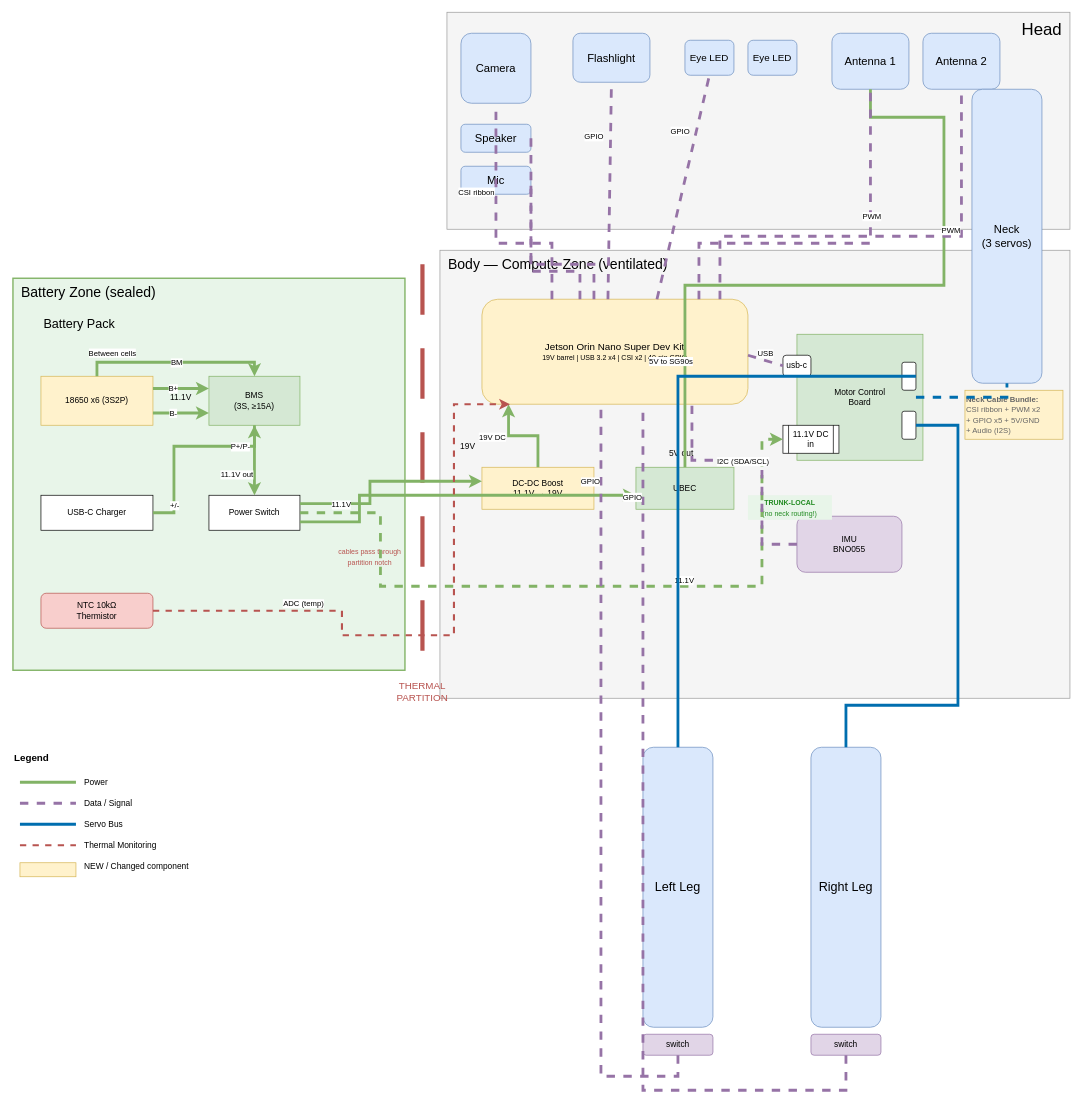
Earlier version of the draw.io diagram docs/jetson-mod/jetson_wiring_diagram.drawio (XiaohuiChen-personal/Open_Duck_Mini_Jetson). Source tidied: cells renumbered, new cells numbered last; positions are measured from the earlier drawing's top-left corner, leaving out a move shared by most shapes. Both pictures are drawn from the tidied source at 70%, with x=0, y=0 at pixel (13, 12).
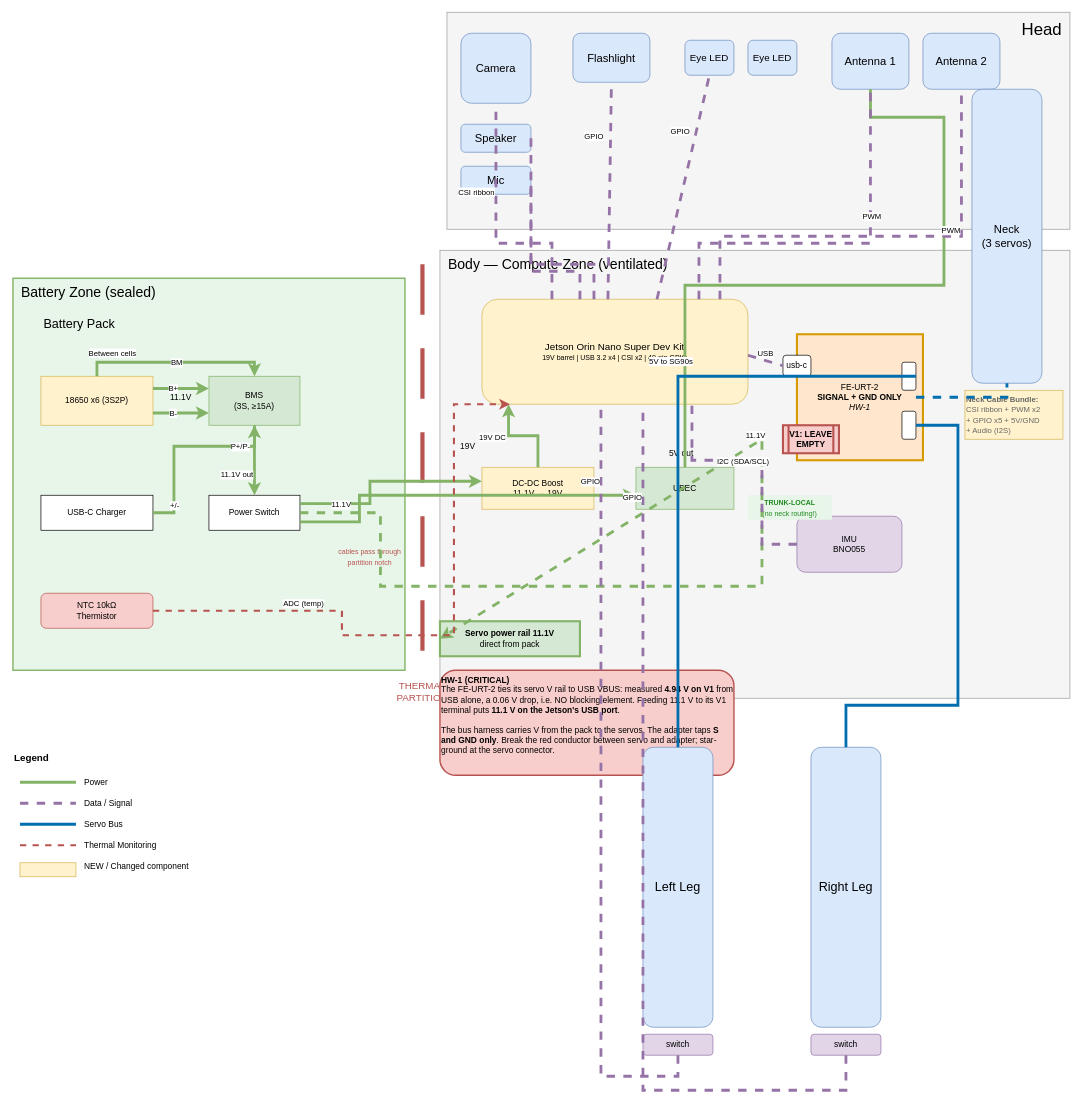
The same page after the edit.

Commit message (it also covers changes not shown here):
feat(S.8c): rewire the diagram for HW-1 — adapter gets signal + GND only

Change to the diagram source:
```diff
@@
-    <mxCell id="20" value="Motor Control&lt;br&gt;Board" style="whiteSpace=wrap;html=1;fillColor=#d5e8d4;strokeColor=#82b366;" parent="1" vertex="1">
+    <mxCell id="20" value="FE-URT-2&lt;br&gt;&lt;b&gt;SIGNAL + GND ONLY&lt;/b&gt;&lt;br&gt;&lt;i&gt;HW-1&lt;/i&gt;" style="whiteSpace=wrap;html=1;fillColor=#ffe6cc;strokeColor=#d79b00;strokeWidth=3;" parent="1" vertex="1">
       <mxGeometry x="1120" y="460" width="180" height="180" as="geometry" />
     </mxCell>
@@
-    <mxCell id="22" value="11.1V DC in" style="shape=process;whiteSpace=wrap;html=1;backgroundOutline=1;" parent="1" vertex="1">
+    <mxCell id="22" value="&lt;b&gt;V1: LEAVE EMPTY&lt;/b&gt;" style="shape=process;whiteSpace=wrap;html=1;backgroundOutline=1;fillColor=#f8cecc;strokeColor=#b85450;strokeWidth=3;" parent="1" vertex="1">
       <mxGeometry x="1100" y="590" width="80" height="40" as="geometry" />
     </mxCell>
+    <mxCell id="101" value="&lt;b&gt;Servo power rail 11.1V&lt;/b&gt;&lt;br&gt;direct from pack" style="rounded=0;whiteSpace=wrap;html=1;fillColor=#d5e8d4;strokeColor=#82b366;strokeWidth=3;" parent="1" vertex="1">
+      <mxGeometry x="610" y="870" width="200" height="50" as="geometry" />
+    </mxCell>
+    <mxCell id="102" value="&lt;b&gt;HW-1 (CRITICAL)&lt;/b&gt;&lt;br&gt;The FE-URT-2 ties its servo V rail to USB VBUS: measured &lt;b&gt;4.94 V on V1&lt;/b&gt; from USB alone, a 0.06 V drop, i.e. NO blocking element. Feeding 11.1 V to its V1 terminal puts &lt;b&gt;11.1 V on the Jetson's USB port&lt;/b&gt;.&lt;br&gt;&lt;br&gt;The bus harness carries V from the pack to the servos. The adapter taps &lt;b&gt;S and GND only&lt;/b&gt;. Break the red conductor between servo and adapter; star-ground at the servo connector." style="text;html=1;align=left;verticalAlign=top;whiteSpace=wrap;rounded=1;fillColor=#f8cecc;strokeColor=#b85450;strokeWidth=2;" parent="1" vertex="1">
+      <mxGeometry x="610" y="940" width="420" height="150" as="geometry" />
+    </mxCell>
@@
     <mxCell id="69" style="endArrow=classic;html=1;rounded=0;fillColor=#d5e8d4;strokeColor=#82b366;strokeWidth=4;dashed=1;" parent="1" edge="1">
       <mxGeometry relative="1" as="geometry">
         <mxPoint x="410" y="715" as="sourcePoint" />
-        <mxPoint x="1100" y="610" as="targetPoint" />
+        <mxPoint x="610" y="895" as="targetPoint" />
         <Array as="points">
           <mxPoint x="525" y="715" />
           <mxPoint x="525" y="820" />
           <mxPoint x="1070" y="820" />
           <mxPoint x="1070" y="610" />
         </Array>
       </mxGeometry>
     </mxCell>
```
